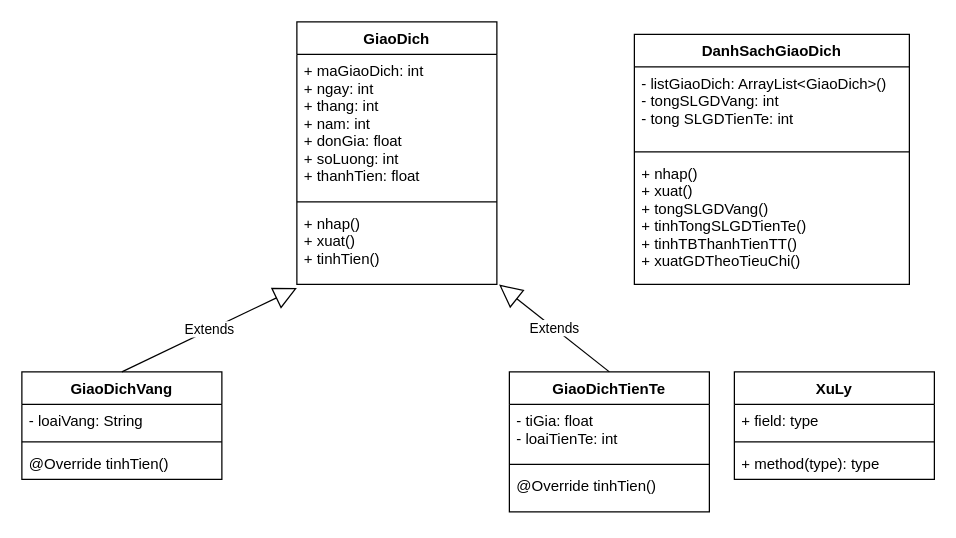
This is Untitled Diagram.drawio from jasonsangtran/UML-Demo, a draw.io file, before an edit. Source tidied: cells renumbered, new cells numbered last; positions are measured from the earlier drawing's top-left corner, leaving out a move shared by most shapes. Both pictures are drawn from the tidied source at 125%, with x=0, y=0 at pixel (21, 21).
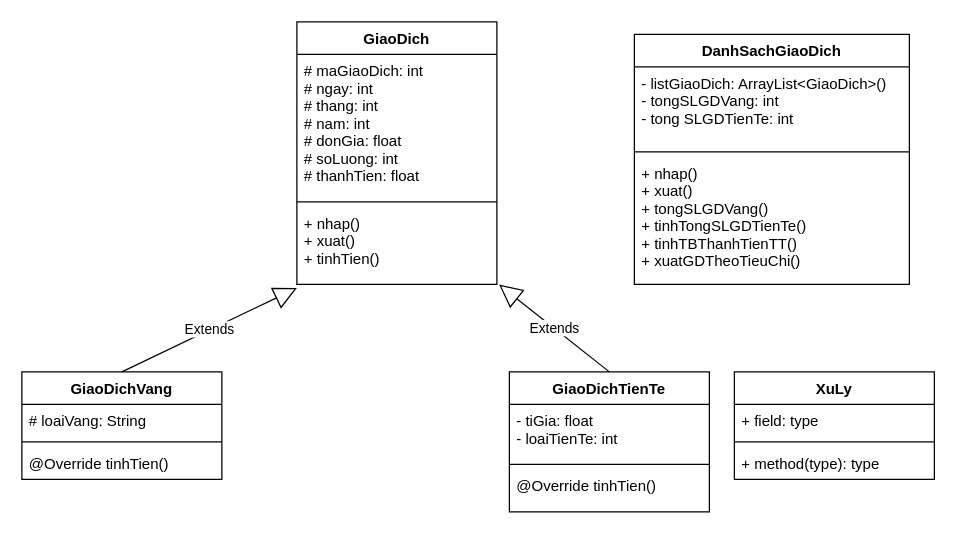
The same diagram, later.

The change refers to these unchanged cells:
```xml
<mxCell id="2" value="GiaoDich" style="swimlane;fontStyle=1;align=center;verticalAlign=top;horizontal=1;startSize=26;" parent="1" vertex="1">
  <mxGeometry x="220" width="160" height="210" as="geometry" />
</mxCell>
<mxCell id="10" value="GiaoDichVang" style="swimlane;fontStyle=1;align=center;verticalAlign=top;horizontal=1;startSize=26;" parent="1" vertex="1">
  <mxGeometry y="280" width="160" height="86" as="geometry" />
</mxCell>
```

What changed in the source:
```diff
@@
-    <mxCell id="3" value="+ maGiaoDich: int&#10;+ ngay: int&#10;+ thang: int&#10;+ nam: int&#10;+ donGia: float&#10;+ soLuong: int&#10;+ thanhTien: float" style="text;strokeColor=none;fillColor=none;align=left;verticalAlign=top;spacingLeft=4;spacingRight=4;overflow=hidden;" parent="2" vertex="1">
+    <mxCell id="3" value="# maGiaoDich: int&#10;# ngay: int&#10;# thang: int&#10;# nam: int&#10;# donGia: float&#10;# soLuong: int&#10;# thanhTien: float" style="text;strokeColor=none;fillColor=none;align=left;verticalAlign=top;spacingLeft=4;spacingRight=4;overflow=hidden;" parent="2" vertex="1">
       <mxGeometry y="26" width="160" height="114" as="geometry" />
     </mxCell>
@@
-    <mxCell id="11" value="- loaiVang: String" style="text;strokeColor=none;fillColor=none;align=left;verticalAlign=top;spacingLeft=4;spacingRight=4;overflow=hidden;" parent="10" vertex="1">
+    <mxCell id="11" value="# loaiVang: String" style="text;strokeColor=none;fillColor=none;align=left;verticalAlign=top;spacingLeft=4;spacingRight=4;overflow=hidden;" parent="10" vertex="1">
       <mxGeometry y="26" width="160" height="26" as="geometry" />
     </mxCell>
```
